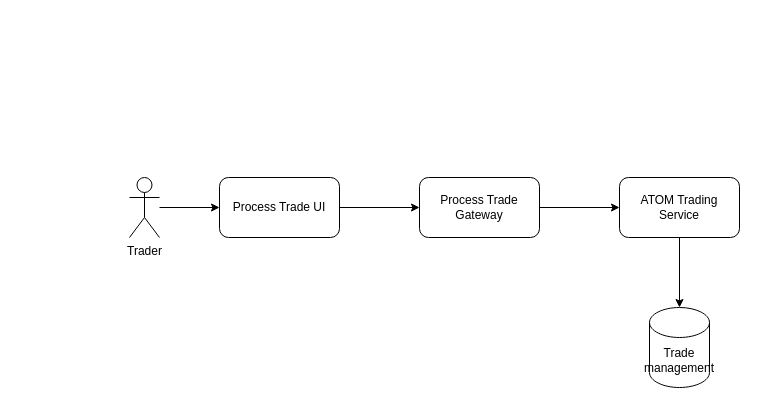
This is page "Process Trade Screen" (3 of 6) of Untitled Diagram.drawio from jithinElambasseril/SSRSjsonDataSource, a draw.io file, before an edit. Source tidied: cells renumbered, new cells numbered last; positions are measured from the earlier drawing's top-left corner, leaving out a move shared by most shapes. Both pictures are drawn from the tidied source at 100%, with x=0, y=0 at pixel (129, 177).
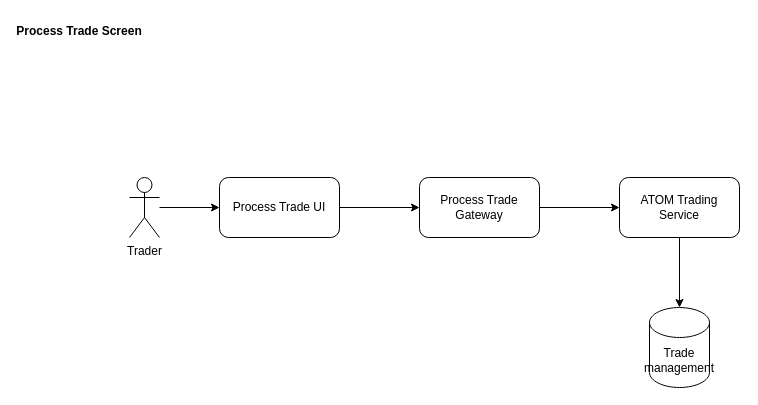
The same diagram, later.

Diff of the diagram source:
```diff
@@
 <mxGraphModel>
   <root>
     <mxCell id="0" />
     <mxCell id="1" parent="0" />
     <mxCell id="2" style="edgeStyle=orthogonalEdgeStyle;rounded=0;jettySize=auto;html=1;" parent="1" edge="1" source="3" target="5">
       <mxGeometry relative="1" as="geometry" />
     </mxCell>
     <mxCell id="3" value="Process Trade UI" style="rounded=1;whiteSpace=wrap;html=1;" parent="1" vertex="1">
       <mxGeometry x="90" width="120" height="60" as="geometry" />
     </mxCell>
     <mxCell id="4" style="edgeStyle=orthogonalEdgeStyle;rounded=0;jettySize=auto;html=1;" parent="1" edge="1" source="5" target="7">
       <mxGeometry relative="1" as="geometry" />
     </mxCell>
     <mxCell id="5" value="Process Trade Gateway" style="whiteSpace=wrap;html=1;rounded=1;" parent="1" vertex="1">
       <mxGeometry x="290" width="120" height="60" as="geometry" />
     </mxCell>
     <mxCell id="6" style="edgeStyle=orthogonalEdgeStyle;rounded=0;jettySize=auto;html=1;" parent="1" edge="1" source="7" target="8">
       <mxGeometry relative="1" as="geometry" />
     </mxCell>
     <mxCell id="7" value="ATOM Trading Service" style="whiteSpace=wrap;html=1;rounded=1;" parent="1" vertex="1">
       <mxGeometry x="490" width="120" height="60" as="geometry" />
     </mxCell>
     <mxCell id="8" value="Trade management" style="shape=cylinder3;whiteSpace=wrap;html=1;boundedLbl=1;backgroundOutline=1;size=15;" parent="1" vertex="1">
       <mxGeometry x="520" y="130" width="60" height="80" as="geometry" />
     </mxCell>
     <mxCell id="9" style="edgeStyle=orthogonalEdgeStyle;rounded=0;jettySize=auto;html=1;" parent="1" edge="1" source="10" target="3">
       <mxGeometry relative="1" as="geometry" />
     </mxCell>
     <mxCell id="10" value="Trader" style="shape=umlActor;verticalLabelPosition=bottom;verticalAlign=top;html=1;outlineConnect=0;" parent="1" vertex="1">
       <mxGeometry width="30" height="60" as="geometry" />
     </mxCell>
+    <mxCell id="11" value="Process Trade Screen" style="text;align=center;fontStyle=1;verticalAlign=middle;spacingLeft=3;spacingRight=3;strokeColor=none;" parent="1" vertex="1">
+      <mxGeometry x="-90" y="-160" width="80" height="26" as="geometry" />
+    </mxCell>
   </root>
 </mxGraphModel>
```
